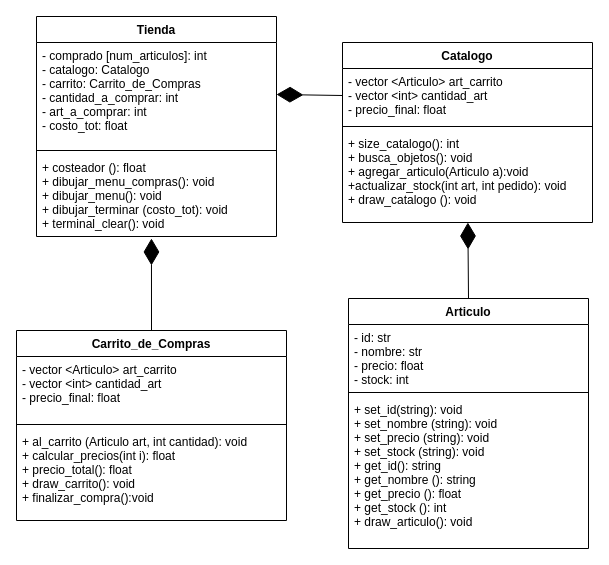
Above: UML.drawio in CEM-TC1033-304-2313/3-integrador-A01801026 (draw.io), before the change. Source tidied: cells renumbered, new cells numbered last; positions are measured from the earlier drawing's top-left corner, leaving out a move shared by most shapes. Both pictures are drawn from the tidied source at 100%, with x=0, y=0 at pixel (16, 16).
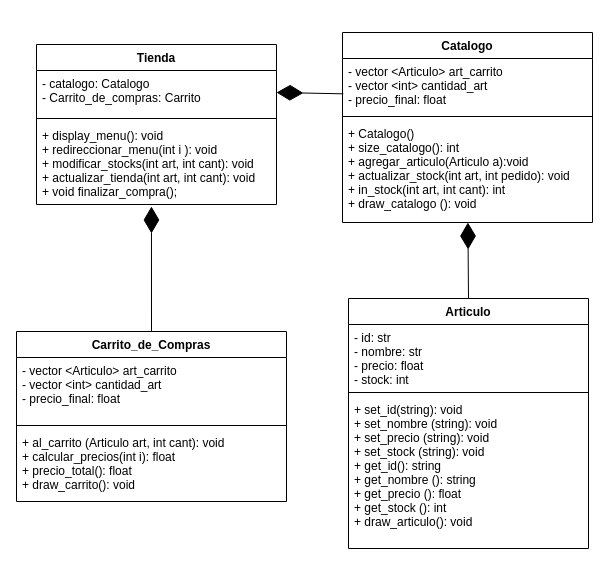
The same diagram, later.

Unchanged cells that the change refers to:
```xml
<mxCell id="3" value="- vector &lt;Articulo&gt; art_carrito&#10;- vector &lt;int&gt; cantidad_art&#10;- precio_final: float " style="text;strokeColor=none;fillColor=none;align=left;verticalAlign=top;spacingLeft=4;spacingRight=4;overflow=hidden;points=[[0,0.5],[1,0.5]];portConstraint=eastwest;" parent="2" vertex="1">
  <mxGeometry y="26" width="250" height="54" as="geometry" />
</mxCell>
```

Change to the diagram source:
```diff
@@
     <mxCell id="2" value="Catalogo" style="swimlane;fontStyle=1;align=center;verticalAlign=top;horizontal=1;startSize=26;" parent="1" vertex="1">
-      <mxGeometry x="326" y="26" width="250" height="180" as="geometry" />
+      <mxGeometry x="326" y="16" width="250" height="190" as="geometry" />
     </mxCell>
@@
-    <mxCell id="5" value="+ size_catalogo(): int&#10;+ busca_objetos(): void&#10;+ agregar_articulo(Articulo a):void&#10;+actualizar_stock(int art, int pedido): void&#10;+ draw_catalogo (): void&#10;" style="text;strokeColor=none;fillColor=none;align=left;verticalAlign=top;spacingLeft=4;spacingRight=4;overflow=hidden;points=[[0,0.5],[1,0.5]];portConstraint=eastwest;" parent="2" vertex="1">
-      <mxGeometry y="88" width="250" height="92" as="geometry" />
+    <mxCell id="5" value="+ Catalogo()&#10;+ size_catalogo(): int&#10;+ agregar_articulo(Articulo a):void&#10;+ actualizar_stock(int art, int pedido): void&#10;+ in_stock(int art, int cant): int&#10;+ draw_catalogo (): void&#10;" style="text;strokeColor=none;fillColor=none;align=left;verticalAlign=top;spacingLeft=4;spacingRight=4;overflow=hidden;points=[[0,0.5],[1,0.5]];portConstraint=eastwest;" parent="2" vertex="1">
+      <mxGeometry y="88" width="250" height="102" as="geometry" />
     </mxCell>
     <mxCell id="6" value="Carrito_de_Compras" style="swimlane;fontStyle=1;align=center;verticalAlign=top;horizontal=1;startSize=26;" parent="1" vertex="1">
-      <mxGeometry y="314" width="270" height="190" as="geometry" />
+      <mxGeometry y="315" width="270" height="170" as="geometry" />
     </mxCell>
@@
-    <mxCell id="9" value="+ al_carrito (Articulo art, int cantidad): void&#10;+ calcular_precios(int i): float&#10;+ precio_total(): float&#10;+ draw_carrito(): void&#10;+ finalizar_compra():void" style="text;strokeColor=none;fillColor=none;align=left;verticalAlign=top;spacingLeft=4;spacingRight=4;overflow=hidden;" parent="6" vertex="1">
-      <mxGeometry y="98" width="270" height="92" as="geometry" />
+    <mxCell id="9" value="+ al_carrito (Articulo art, int cant): void&#10;+ calcular_precios(int i): float&#10;+ precio_total(): float&#10;+ draw_carrito(): void" style="text;strokeColor=none;fillColor=none;align=left;verticalAlign=top;spacingLeft=4;spacingRight=4;overflow=hidden;" parent="6" vertex="1">
+      <mxGeometry y="98" width="270" height="72" as="geometry" />
     </mxCell>
     <mxCell id="10" value="Tienda" style="swimlane;fontStyle=1;align=center;verticalAlign=top;horizontal=1;startSize=26;" parent="1" vertex="1">
-      <mxGeometry x="20" width="240" height="220" as="geometry" />
+      <mxGeometry x="20" y="28" width="240" height="160" as="geometry" />
     </mxCell>
-    <mxCell id="11" value="- comprado [num_articulos]: int&#10;- catalogo: Catalogo&#10;- carrito: Carrito_de_Compras&#10;- cantidad_a_comprar: int&#10;- art_a_comprar: int&#10;- costo_tot: float" style="text;strokeColor=none;fillColor=none;align=left;verticalAlign=top;spacingLeft=4;spacingRight=4;overflow=hidden;points=[[0,0.5],[1,0.5]];portConstraint=eastwest;" parent="10" vertex="1">
-      <mxGeometry y="26" width="240" height="104" as="geometry" />
+    <mxCell id="11" value="- catalogo: Catalogo&#10;- Carrito_de_compras: Carrito" style="text;strokeColor=none;fillColor=none;align=left;verticalAlign=top;spacingLeft=4;spacingRight=4;overflow=hidden;points=[[0,0.5],[1,0.5]];portConstraint=eastwest;" parent="10" vertex="1">
+      <mxGeometry y="26" width="240" height="44" as="geometry" />
     </mxCell>
     <mxCell id="12" style="line;strokeWidth=1;fillColor=none;align=left;verticalAlign=middle;spacingTop=-1;spacingLeft=3;spacingRight=3;labelPosition=right;strokeColor=inherit;" parent="10" vertex="1">
-      <mxGeometry y="130" width="240" height="8" as="geometry" />
+      <mxGeometry y="70" width="240" height="8" as="geometry" />
     </mxCell>
-    <mxCell id="13" value="+ costeador (): float&#10;+ dibujar_menu_compras(): void&#10;+ dibujar_menu(): void &#10;+ dibujar_terminar (costo_tot): void&#10;+ terminal_clear(): void" style="text;strokeColor=none;fillColor=none;align=left;verticalAlign=top;spacingLeft=4;spacingRight=4;overflow=hidden;points=[[0,0.5],[1,0.5]];portConstraint=eastwest;" parent="10" vertex="1">
-      <mxGeometry y="138" width="240" height="82" as="geometry" />
+    <mxCell id="13" value="+ display_menu(): void&#10;+ redireccionar_menu(int i ): void&#10;+ modificar_stocks(int art, int cant): void&#10;+ actualizar_tienda(int art, int cant): void&#10;+ void finalizar_compra();" style="text;strokeColor=none;fillColor=none;align=left;verticalAlign=top;spacingLeft=4;spacingRight=4;overflow=hidden;points=[[0,0.5],[1,0.5]];portConstraint=eastwest;" parent="10" vertex="1">
+      <mxGeometry y="78" width="240" height="82" as="geometry" />
     </mxCell>
@@
-    <mxCell id="19" style="endArrow=diamondThin;endFill=1;endSize=24;html=1;exitX=0;exitY=0.5;exitDx=0;exitDy=0;entryX=1;entryY=0.5;entryDx=0;entryDy=0;" parent="1" edge="1" source="3" target="11">
+    <mxCell id="19" style="endArrow=diamondThin;endFill=1;endSize=24;html=1;entryX=1;entryY=0.5;entryDx=0;entryDy=0;exitX=0.003;exitY=0.654;exitDx=0;exitDy=0;exitPerimeter=0;" parent="1" edge="1" source="3" target="11">
       <mxGeometry relative="1" as="geometry" />
     </mxCell>
```
